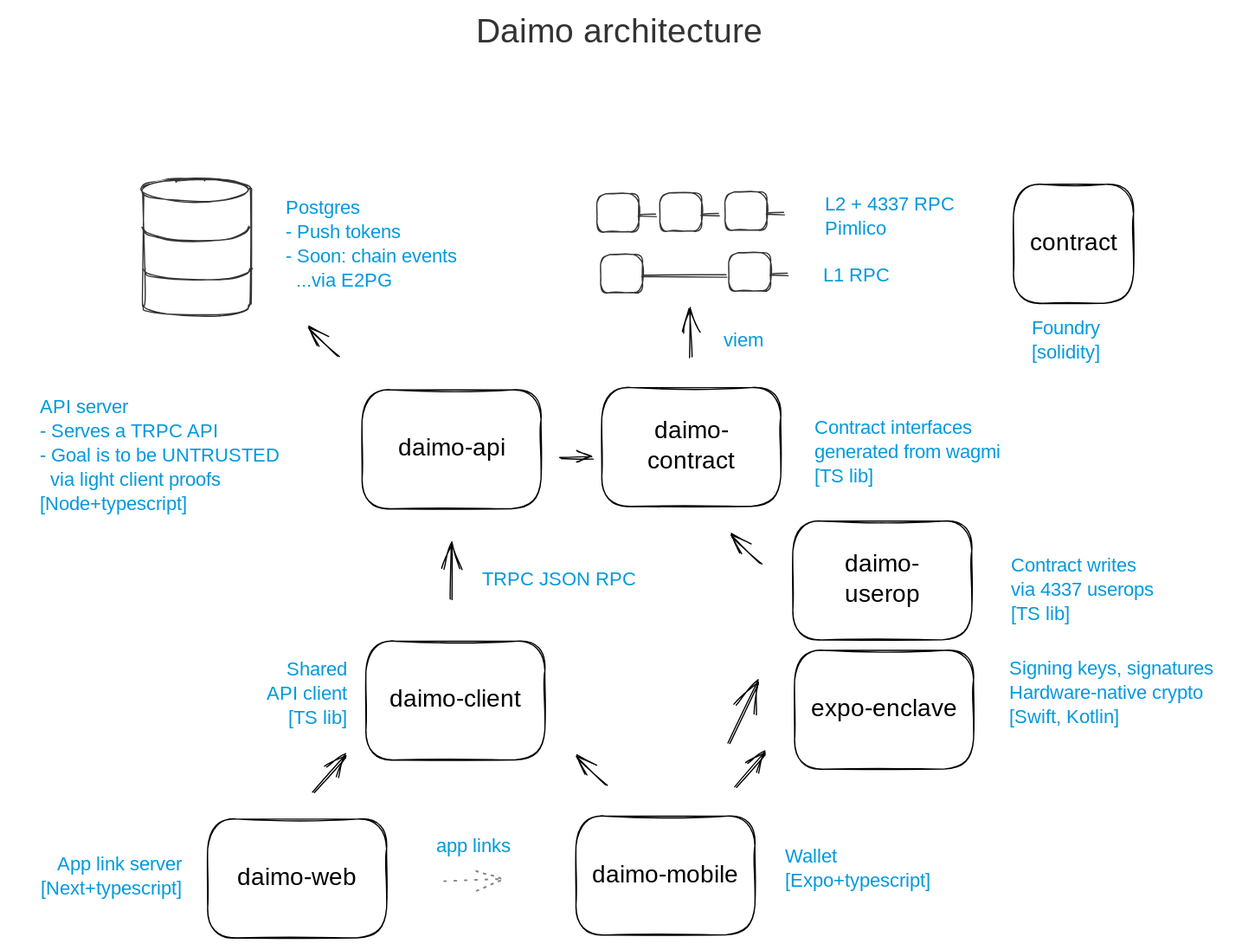
This is doc/architecture.excalidraw.svg from daimo-eth/daimo, a Excalidraw export, as it was before one commit. Source tidied: one line per element, renumbered; positions are measured from the earlier drawing's top-left corner, leaving out a move shared by most shapes.
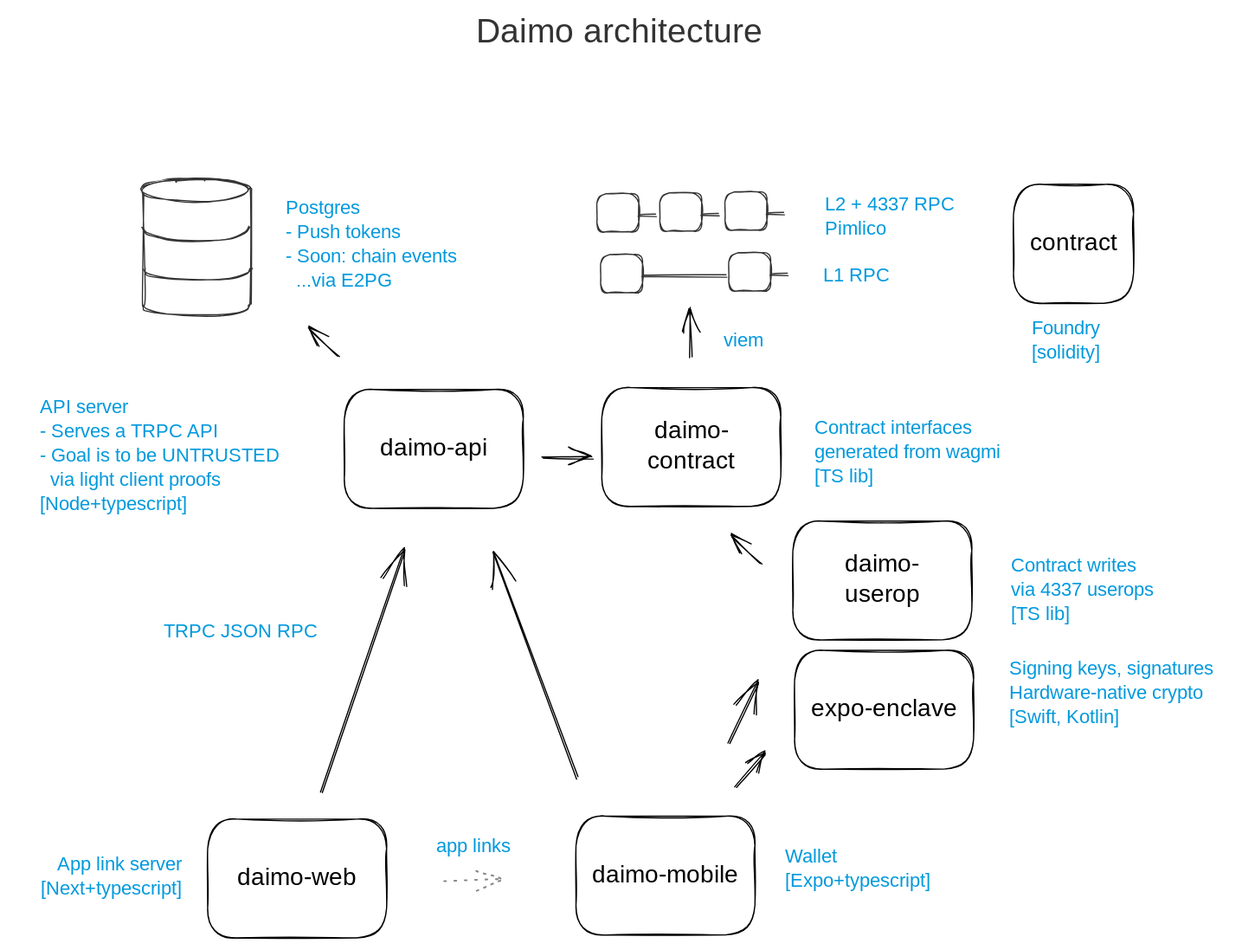
The same file after the commit.

Diff of the diagram source:
```diff
@@ -1,16 +1,12 @@
-{"id": 0, "type": "rectangle", "strokeColor": "#000000", "strokeWidth": 1, "roughness": 1, "round": true, "x": 289, "y": 312, "width": 148, "height": 98}
+{"id": 0, "type": "rectangle", "strokeColor": "#000000", "strokeWidth": 1, "roughness": 1, "round": true, "x": 274, "y": 311, "width": 148, "height": 98}
-{"id": 1, "type": "text", "text": "daimo-api", "strokeColor": "#000000", "strokeWidth": 1, "roughness": 1, "fontSize": 20, "fontFamily": 1, "textAlign": "center", "verticalAlign": "middle", "inside": 0, "x": 318, "y": 348, "width": 89, "height": 25}
+{"id": 1, "type": "text", "text": "daimo-api", "strokeColor": "#000000", "strokeWidth": 1, "roughness": 1, "fontSize": 20, "fontFamily": 1, "textAlign": "center", "verticalAlign": "middle", "inside": 0, "x": 304, "y": 348, "width": 89, "height": 25}
-{"id": 2, "type": "rectangle", "strokeColor": "#000000", "strokeWidth": 1, "roughness": 1, "round": true, "x": 292, "y": 519, "width": 148, "height": 98}
-{"id": 3, "type": "text", "text": "daimo-client", "strokeColor": "#000000", "strokeWidth": 1, "roughness": 1, "fontSize": 20, "fontFamily": 1, "textAlign": "center", "verticalAlign": "middle", "inside": 2, "x": 310, "y": 555, "width": 112, "height": 25}
 {"id": 4, "type": "text", "text": "API server\n- Serves a TRPC API\n- Goal is to be UNTRUSTED\n  via light client proofs\n[Node+typescript]", "strokeColor": "#09d", "strokeWidth": 1, "roughness": 1, "fontSize": 16, "fontFamily": 1, "x": 23, "y": 316, "width": 233, "height": 100}
-{"id": 5, "type": "arrow", "strokeColor": "#000", "strokeWidth": 1, "roughness": 1, "endArrowhead": "arrow", "round": true, "x": 363, "y": 483, "width": 0, "height": 44, "points": [[0, 0], [0, -44]]}
-{"id": 6, "type": "text", "text": "TRPC JSON RPC", "strokeColor": "#09d", "strokeWidth": 1, "roughness": 1, "fontSize": 16, "fontFamily": 1, "x": 388, "y": 458, "width": 134, "height": 20}
+{"id": 6, "type": "text", "text": "TRPC JSON RPC", "strokeColor": "#09d", "strokeWidth": 1, "roughness": 1, "fontSize": 16, "fontFamily": 1, "x": 125, "y": 501, "width": 134, "height": 20}
 {"id": 7, "type": "rectangle", "strokeColor": "#000000", "strokeWidth": 1, "roughness": 1, "round": true, "x": 161, "y": 665, "width": 148, "height": 98}
 {"id": 8, "type": "text", "text": "daimo-web", "strokeColor": "#000000", "strokeWidth": 1, "roughness": 1, "fontSize": 20, "fontFamily": 1, "textAlign": "center", "verticalAlign": "middle", "inside": 7, "x": 188, "y": 702, "width": 94, "height": 25}
 {"id": 9, "type": "rectangle", "strokeColor": "#000000", "strokeWidth": 1, "roughness": 1, "round": true, "x": 465, "y": 663, "width": 148, "height": 98}
 {"id": 10, "type": "text", "text": "daimo-mobile", "strokeColor": "#000000", "strokeWidth": 1, "roughness": 1, "fontSize": 20, "fontFamily": 1, "textAlign": "center", "verticalAlign": "middle", "inside": 9, "x": 481, "y": 699, "width": 116, "height": 25}
-{"id": 11, "type": "arrow", "strokeColor": "#000", "strokeWidth": 1, "roughness": 1, "endArrowhead": "arrow", "round": true, "from": 7, "x": 249, "y": 642, "width": 26, "height": 28, "points": [[0, 0], [26, -28]]}
+{"id": 11, "type": "arrow", "strokeColor": "#000", "strokeWidth": 1, "roughness": 1, "endArrowhead": "arrow", "round": true, "from": 7, "x": 256, "y": 642, "width": 68, "height": 198, "points": [[0, 0], [68, -198]]}
-{"id": 12, "type": "arrow", "strokeColor": "#000", "strokeWidth": 1, "roughness": 1, "endArrowhead": "arrow", "round": true, "x": 491, "y": 636, "width": 25, "height": 22, "points": [[0, 0], [-25, -22]]}
 {"id": 13, "type": "text", "text": "Wallet\n[Expo+typescript]", "strokeColor": "#09d", "strokeWidth": 1, "roughness": 1, "fontSize": 16, "fontFamily": 1, "x": 638, "y": 687, "width": 140, "height": 40}
 {"id": 14, "type": "text", "text": "App link server\n[Next+typescript]", "strokeColor": "#09d", "strokeWidth": 1, "roughness": 1, "fontSize": 16, "fontFamily": 1, "textAlign": "right", "x": 0, "y": 694, "width": 140, "height": 40}
 {"id": 15, "type": "rectangle", "strokeColor": "#000000", "strokeWidth": 1, "roughness": 1, "round": true, "x": 646, "y": 526, "width": 148, "height": 98}
@@ -35,7 +31,6 @@
 {"id": 34, "type": "text", "text": "L1 RPC", "strokeColor": "#09d", "strokeWidth": 1, "roughness": 1, "fontSize": 16, "fontFamily": 1, "x": 669, "y": 208, "width": 54, "height": 20}
 {"id": 35, "type": "arrow", "strokeColor": "#000", "strokeWidth": 1, "roughness": 1, "endArrowhead": "arrow", "round": true, "x": 598, "y": 638, "width": 23, "height": 26, "points": [[0, 0], [23, -26]]}
 {"id": 36, "type": "text", "text": "Signing keys, signatures\nHardware-native crypto\n[Swift, Kotlin]", "strokeColor": "#09d", "strokeWidth": 1, "roughness": 1, "fontSize": 16, "fontFamily": 1, "x": 823, "y": 532, "width": 182, "height": 60}
-{"id": 37, "type": "text", "text": "Shared\nAPI client\n[TS lib]", "strokeColor": "#09d", "strokeWidth": 1, "roughness": 1, "fontSize": 16, "fontFamily": 1, "textAlign": "right", "x": 198, "y": 533, "width": 79, "height": 60}
 {"id": 38, "type": "text", "text": "Daimo architecture", "strokeColor": "#333", "backgroundColor": "#fff", "fillStyle": "hachure", "strokeWidth": 1, "roughness": 1, "fontSize": 28, "fontFamily": 1, "textAlign": "right", "x": 356, "y": 0, "width": 263, "height": 35}
 {"id": 39, "type": "arrow", "strokeColor": "#888", "backgroundColor": "#fff", "fillStyle": "hachure", "strokeWidth": 1, "strokeStyle": "dotted", "roughness": 1, "endArrowhead": "arrow", "round": true, "x": 357, "y": 717, "width": 48, "height": 1, "points": [[0, 0], [48, -1]]}
 {"id": 40, "type": "text", "text": "app links", "strokeColor": "#09d", "strokeWidth": 1, "roughness": 1, "fontSize": 16, "fontFamily": 1, "x": 350, "y": 679, "width": 66, "height": 20}
@@ -47,9 +42,10 @@
 {"id": 46, "type": "arrow", "strokeColor": "#000", "strokeWidth": 1, "roughness": 1, "endArrowhead": "arrow", "round": true, "x": 592, "y": 602, "width": 23, "height": 49, "points": [[0, 0], [23, -49]]}
 {"id": 47, "type": "text", "text": "Contract interfaces\ngenerated from wagmi\n[TS lib]", "strokeColor": "#09d", "strokeWidth": 1, "roughness": 1, "fontSize": 16, "fontFamily": 1, "x": 662, "y": 333, "width": 169, "height": 60}
 {"id": 48, "type": "arrow", "strokeColor": "#000", "strokeWidth": 1, "roughness": 1, "endArrowhead": "arrow", "round": true, "x": 619, "y": 454, "width": 25, "height": 22, "points": [[0, 0], [-25, -22]]}
-{"id": 49, "type": "arrow", "strokeColor": "#000", "backgroundColor": "#fff", "fillStyle": "hachure", "strokeWidth": 1, "roughness": 1, "endArrowhead": "arrow", "round": true, "from": 0, "to": 43, "x": 452, "y": 368, "width": 28, "height": 1, "points": [[0, 0], [28, 1]]}
+{"id": 49, "type": "arrow", "strokeColor": "#000", "backgroundColor": "#fff", "fillStyle": "hachure", "strokeWidth": 1, "roughness": 1, "endArrowhead": "arrow", "round": true, "from": 0, "to": 43, "x": 438, "y": 367, "width": 42, "height": 1, "points": [[0, 0], [42, 1]]}
 {"id": 50, "type": "arrow", "strokeColor": "#000", "backgroundColor": "#fff", "fillStyle": "hachure", "strokeWidth": 1, "roughness": 1, "endArrowhead": "arrow", "round": true, "x": 559, "y": 284, "width": 0, "height": 40, "points": [[0, 0], [0, -40]]}
 {"id": 51, "type": "text", "text": "viem", "strokeColor": "#09d", "strokeWidth": 1, "roughness": 1, "fontSize": 16, "fontFamily": 1, "x": 587, "y": 262, "width": 31, "height": 20}
 {"id": 52, "type": "rectangle", "strokeColor": "#000000", "strokeWidth": 1, "roughness": 1, "round": true, "x": 826, "y": 142, "width": 99, "height": 98}
 {"id": 53, "type": "text", "text": "contract", "strokeColor": "#000000", "strokeWidth": 1, "roughness": 1, "fontSize": 20, "fontFamily": 1, "textAlign": "center", "verticalAlign": "middle", "inside": 52, "x": 833, "y": 179, "width": 85, "height": 25}
 {"id": 54, "type": "text", "text": "Foundry\n[solidity]", "strokeColor": "#09d", "strokeWidth": 1, "roughness": 1, "fontSize": 16, "fontFamily": 1, "x": 841, "y": 252, "width": 70, "height": 40}
+{"id": 55, "type": "arrow", "strokeColor": "#000", "strokeWidth": 1, "roughness": 1, "endArrowhead": "arrow", "round": true, "x": 466, "y": 632, "width": 68, "height": 185, "points": [[0, 0], [-68, -185]]}
```
